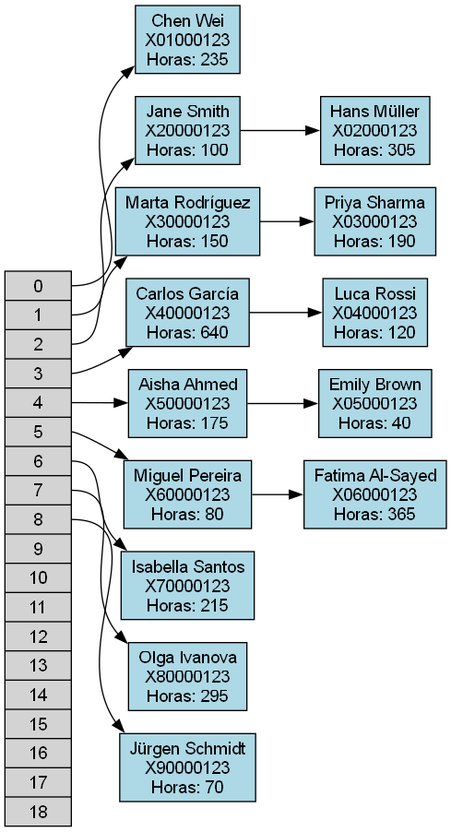
Before: EDD_Practica_202401884/reportes/tabla_hash_pilotos.png, a diagram exported from Graphviz (Alexis31T/EDD_Proyecto_202401884). Its source is kept beside it as EDD_Practica_202401884/reportes/tabla_hash_pilotos.dot. Source of this version:
```dot
digraph TablaHashPilotos {
    rankdir=LR;
    node [shape=record, fontname="Arial"];
    edge [fontname="Arial"];

    tabla [label="<f0> 0 | <f1> 1 | <f2> 2 | <f3> 3 | <f4> 4 | <f5> 5 | <f6> 6 | <f7> 7 | <f8> 8 | <f9> 9 | <f10> 10 | <f11> 11 | <f12> 12 | <f13> 13 | <f14> 14 | <f15> 15 | <f16> 16 | <f17> 17 | <f18> 18", fillcolor=lightgray, style=filled];

    nodo_0_0 [label="{Chen Wei\nX01000123\nHoras: 235}", fillcolor=lightblue, style=filled];
    tabla:f0 -> nodo_0_0;
    nodo_1_0 [label="{Jane Smith\nX20000123\nHoras: 100}", fillcolor=lightblue, style=filled];
    tabla:f1 -> nodo_1_0;
    nodo_1_1 [label="{Hans Müller\nX02000123\nHoras: 305}", fillcolor=lightblue, style=filled];
    nodo_1_0 -> nodo_1_1;
    nodo_2_0 [label="{Marta Rodríguez\nX30000123\nHoras: 150}", fillcolor=lightblue, style=filled];
    tabla:f2 -> nodo_2_0;
    nodo_2_1 [label="{Priya Sharma\nX03000123\nHoras: 190}", fillcolor=lightblue, style=filled];
    nodo_2_0 -> nodo_2_1;
    nodo_3_0 [label="{Carlos García\nX40000123\nHoras: 640}", fillcolor=lightblue, style=filled];
    tabla:f3 -> nodo_3_0;
    nodo_3_1 [label="{Luca Rossi\nX04000123\nHoras: 120}", fillcolor=lightblue, style=filled];
    nodo_3_0 -> nodo_3_1;
    nodo_4_0 [label="{Aisha Ahmed\nX50000123\nHoras: 175}", fillcolor=lightblue, style=filled];
    tabla:f4 -> nodo_4_0;
    nodo_4_1 [label="{Emily Brown\nX05000123\nHoras: 40}", fillcolor=lightblue, style=filled];
    nodo_4_0 -> nodo_4_1;
    nodo_5_0 [label="{Miguel Pereira\nX60000123\nHoras: 80}", fillcolor=lightblue, style=filled];
    tabla:f5 -> nodo_5_0;
    nodo_5_1 [label="{Fatima Al-Sayed\nX06000123\nHoras: 365}", fillcolor=lightblue, style=filled];
    nodo_5_0 -> nodo_5_1;
    nodo_6_0 [label="{Isabella Santos\nX70000123\nHoras: 215}", fillcolor=lightblue, style=filled];
    tabla:f6 -> nodo_6_0;
    nodo_7_0 [label="{Olga Ivanova\nX80000123\nHoras: 295}", fillcolor=lightblue, style=filled];
    tabla:f7 -> nodo_7_0;
    nodo_8_0 [label="{Jürgen Schmidt\nX90000123\nHoras: 70}", fillcolor=lightblue, style=filled];
    tabla:f8 -> nodo_8_0;
}
```
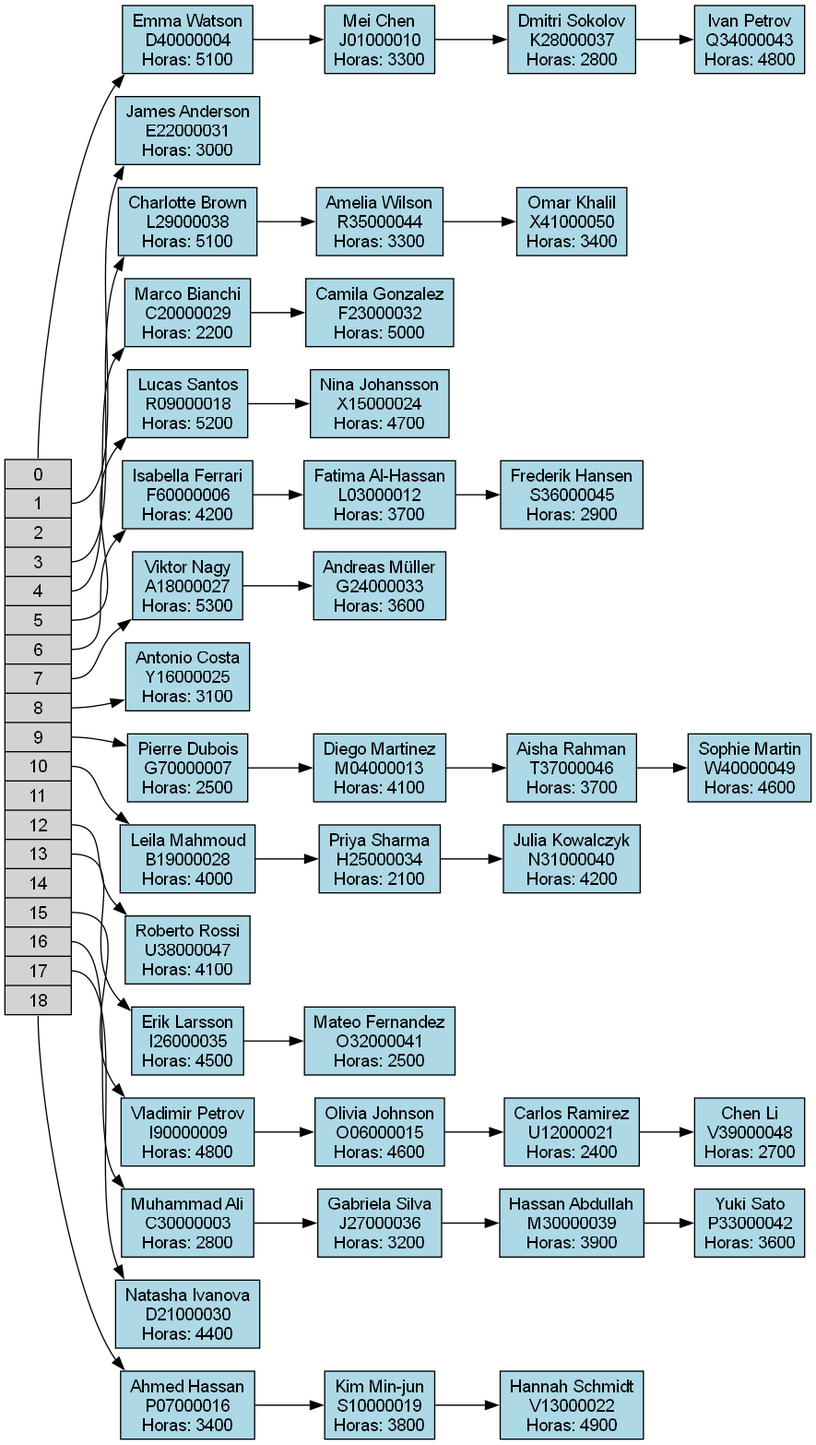
After the change.

Diff of the diagram source:
```diff
@@ -5,32 +5,84 @@
 
     tabla [label="<f0> 0 | <f1> 1 | <f2> 2 | <f3> 3 | <f4> 4 | <f5> 5 | <f6> 6 | <f7> 7 | <f8> 8 | <f9> 9 | <f10> 10 | <f11> 11 | <f12> 12 | <f13> 13 | <f14> 14 | <f15> 15 | <f16> 16 | <f17> 17 | <f18> 18", fillcolor=lightgray, style=filled];
 
-    nodo_0_0 [label="{Chen Wei\nX01000123\nHoras: 235}", fillcolor=lightblue, style=filled];
+    nodo_0_0 [label="{Emma Watson\nD40000004\nHoras: 5100}", fillcolor=lightblue, style=filled];
     tabla:f0 -> nodo_0_0;
-    nodo_1_0 [label="{Jane Smith\nX20000123\nHoras: 100}", fillcolor=lightblue, style=filled];
+    nodo_0_1 [label="{Mei Chen\nJ01000010\nHoras: 3300}", fillcolor=lightblue, style=filled];
+    nodo_0_0 -> nodo_0_1;
+    nodo_0_2 [label="{Dmitri Sokolov\nK28000037\nHoras: 2800}", fillcolor=lightblue, style=filled];
+    nodo_0_1 -> nodo_0_2;
+    nodo_0_3 [label="{Ivan Petrov\nQ34000043\nHoras: 4800}", fillcolor=lightblue, style=filled];
+    nodo_0_2 -> nodo_0_3;
+    nodo_1_0 [label="{James Anderson\nE22000031\nHoras: 3000}", fillcolor=lightblue, style=filled];
     tabla:f1 -> nodo_1_0;
-    nodo_1_1 [label="{Hans Müller\nX02000123\nHoras: 305}", fillcolor=lightblue, style=filled];
-    nodo_1_0 -> nodo_1_1;
-    nodo_2_0 [label="{Marta Rodríguez\nX30000123\nHoras: 150}", fillcolor=lightblue, style=filled];
-    tabla:f2 -> nodo_2_0;
-    nodo_2_1 [label="{Priya Sharma\nX03000123\nHoras: 190}", fillcolor=lightblue, style=filled];
-    nodo_2_0 -> nodo_2_1;
-    nodo_3_0 [label="{Carlos García\nX40000123\nHoras: 640}", fillcolor=lightblue, style=filled];
+    nodo_3_0 [label="{Charlotte Brown\nL29000038\nHoras: 5100}", fillcolor=lightblue, style=filled];
     tabla:f3 -> nodo_3_0;
-    nodo_3_1 [label="{Luca Rossi\nX04000123\nHoras: 120}", fillcolor=lightblue, style=filled];
+    nodo_3_1 [label="{Amelia Wilson\nR35000044\nHoras: 3300}", fillcolor=lightblue, style=filled];
     nodo_3_0 -> nodo_3_1;
-    nodo_4_0 [label="{Aisha Ahmed\nX50000123\nHoras: 175}", fillcolor=lightblue, style=filled];
+    nodo_3_2 [label="{Omar Khalil\nX41000050\nHoras: 3400}", fillcolor=lightblue, style=filled];
+    nodo_3_1 -> nodo_3_2;
+    nodo_4_0 [label="{Marco Bianchi\nC20000029\nHoras: 2200}", fillcolor=lightblue, style=filled];
     tabla:f4 -> nodo_4_0;
-    nodo_4_1 [label="{Emily Brown\nX05000123\nHoras: 40}", fillcolor=lightblue, style=filled];
+    nodo_4_1 [label="{Camila Gonzalez\nF23000032\nHoras: 5000}", fillcolor=lightblue, style=filled];
     nodo_4_0 -> nodo_4_1;
-    nodo_5_0 [label="{Miguel Pereira\nX60000123\nHoras: 80}", fillcolor=lightblue, style=filled];
+    nodo_5_0 [label="{Lucas Santos\nR09000018\nHoras: 5200}", fillcolor=lightblue, style=filled];
     tabla:f5 -> nodo_5_0;
-    nodo_5_1 [label="{Fatima Al-Sayed\nX06000123\nHoras: 365}", fillcolor=lightblue, style=filled];
+    nodo_5_1 [label="{Nina Johansson\nX15000024\nHoras: 4700}", fillcolor=lightblue, style=filled];
     nodo_5_0 -> nodo_5_1;
-    nodo_6_0 [label="{Isabella Santos\nX70000123\nHoras: 215}", fillcolor=lightblue, style=filled];
+    nodo_6_0 [label="{Isabella Ferrari\nF60000006\nHoras: 4200}", fillcolor=lightblue, style=filled];
     tabla:f6 -> nodo_6_0;
-    nodo_7_0 [label="{Olga Ivanova\nX80000123\nHoras: 295}", fillcolor=lightblue, style=filled];
+    nodo_6_1 [label="{Fatima Al-Hassan\nL03000012\nHoras: 3700}", fillcolor=lightblue, style=filled];
+    nodo_6_0 -> nodo_6_1;
+    nodo_6_2 [label="{Frederik Hansen\nS36000045\nHoras: 2900}", fillcolor=lightblue, style=filled];
+    nodo_6_1 -> nodo_6_2;
+    nodo_7_0 [label="{Viktor Nagy\nA18000027\nHoras: 5300}", fillcolor=lightblue, style=filled];
     tabla:f7 -> nodo_7_0;
-    nodo_8_0 [label="{Jürgen Schmidt\nX90000123\nHoras: 70}", fillcolor=lightblue, style=filled];
+    nodo_7_1 [label="{Andreas Müller\nG24000033\nHoras: 3600}", fillcolor=lightblue, style=filled];
+    nodo_7_0 -> nodo_7_1;
+    nodo_8_0 [label="{Antonio Costa\nY16000025\nHoras: 3100}", fillcolor=lightblue, style=filled];
     tabla:f8 -> nodo_8_0;
+    nodo_9_0 [label="{Pierre Dubois\nG70000007\nHoras: 2500}", fillcolor=lightblue, style=filled];
+    tabla:f9 -> nodo_9_0;
+    nodo_9_1 [label="{Diego Martinez\nM04000013\nHoras: 4100}", fillcolor=lightblue, style=filled];
+    nodo_9_0 -> nodo_9_1;
+    nodo_9_2 [label="{Aisha Rahman\nT37000046\nHoras: 3700}", fillcolor=lightblue, style=filled];
+    nodo_9_1 -> nodo_9_2;
+    nodo_9_3 [label="{Sophie Martin\nW40000049\nHoras: 4600}", fillcolor=lightblue, style=filled];
+    nodo_9_2 -> nodo_9_3;
+    nodo_10_0 [label="{Leila Mahmoud\nB19000028\nHoras: 4000}", fillcolor=lightblue, style=filled];
+    tabla:f10 -> nodo_10_0;
+    nodo_10_1 [label="{Priya Sharma\nH25000034\nHoras: 2100}", fillcolor=lightblue, style=filled];
+    nodo_10_0 -> nodo_10_1;
+    nodo_10_2 [label="{Julia Kowalczyk\nN31000040\nHoras: 4200}", fillcolor=lightblue, style=filled];
+    nodo_10_1 -> nodo_10_2;
+    nodo_12_0 [label="{Roberto Rossi\nU38000047\nHoras: 4100}", fillcolor=lightblue, style=filled];
+    tabla:f12 -> nodo_12_0;
+    nodo_13_0 [label="{Erik Larsson\nI26000035\nHoras: 4500}", fillcolor=lightblue, style=filled];
+    tabla:f13 -> nodo_13_0;
+    nodo_13_1 [label="{Mateo Fernandez\nO32000041\nHoras: 2500}", fillcolor=lightblue, style=filled];
+    nodo_13_0 -> nodo_13_1;
+    nodo_15_0 [label="{Vladimir Petrov\nI90000009\nHoras: 4800}", fillcolor=lightblue, style=filled];
+    tabla:f15 -> nodo_15_0;
+    nodo_15_1 [label="{Olivia Johnson\nO06000015\nHoras: 4600}", fillcolor=lightblue, style=filled];
+    nodo_15_0 -> nodo_15_1;
+    nodo_15_2 [label="{Carlos Ramirez\nU12000021\nHoras: 2400}", fillcolor=lightblue, style=filled];
+    nodo_15_1 -> nodo_15_2;
+    nodo_15_3 [label="{Chen Li\nV39000048\nHoras: 2700}", fillcolor=lightblue, style=filled];
+    nodo_15_2 -> nodo_15_3;
+    nodo_16_0 [label="{Muhammad Ali\nC30000003\nHoras: 2800}", fillcolor=lightblue, style=filled];
+    tabla:f16 -> nodo_16_0;
+    nodo_16_1 [label="{Gabriela Silva\nJ27000036\nHoras: 3200}", fillcolor=lightblue, style=filled];
+    nodo_16_0 -> nodo_16_1;
+    nodo_16_2 [label="{Hassan Abdullah\nM30000039\nHoras: 3900}", fillcolor=lightblue, style=filled];
+    nodo_16_1 -> nodo_16_2;
+    nodo_16_3 [label="{Yuki Sato\nP33000042\nHoras: 3600}", fillcolor=lightblue, style=filled];
+    nodo_16_2 -> nodo_16_3;
+    nodo_17_0 [label="{Natasha Ivanova\nD21000030\nHoras: 4400}", fillcolor=lightblue, style=filled];
+    tabla:f17 -> nodo_17_0;
+    nodo_18_0 [label="{Ahmed Hassan\nP07000016\nHoras: 3400}", fillcolor=lightblue, style=filled];
+    tabla:f18 -> nodo_18_0;
+    nodo_18_1 [label="{Kim Min-jun\nS10000019\nHoras: 3800}", fillcolor=lightblue, style=filled];
+    nodo_18_0 -> nodo_18_1;
+    nodo_18_2 [label="{Hannah Schmidt\nV13000022\nHoras: 4900}", fillcolor=lightblue, style=filled];
+    nodo_18_1 -> nodo_18_2;
 }
```
